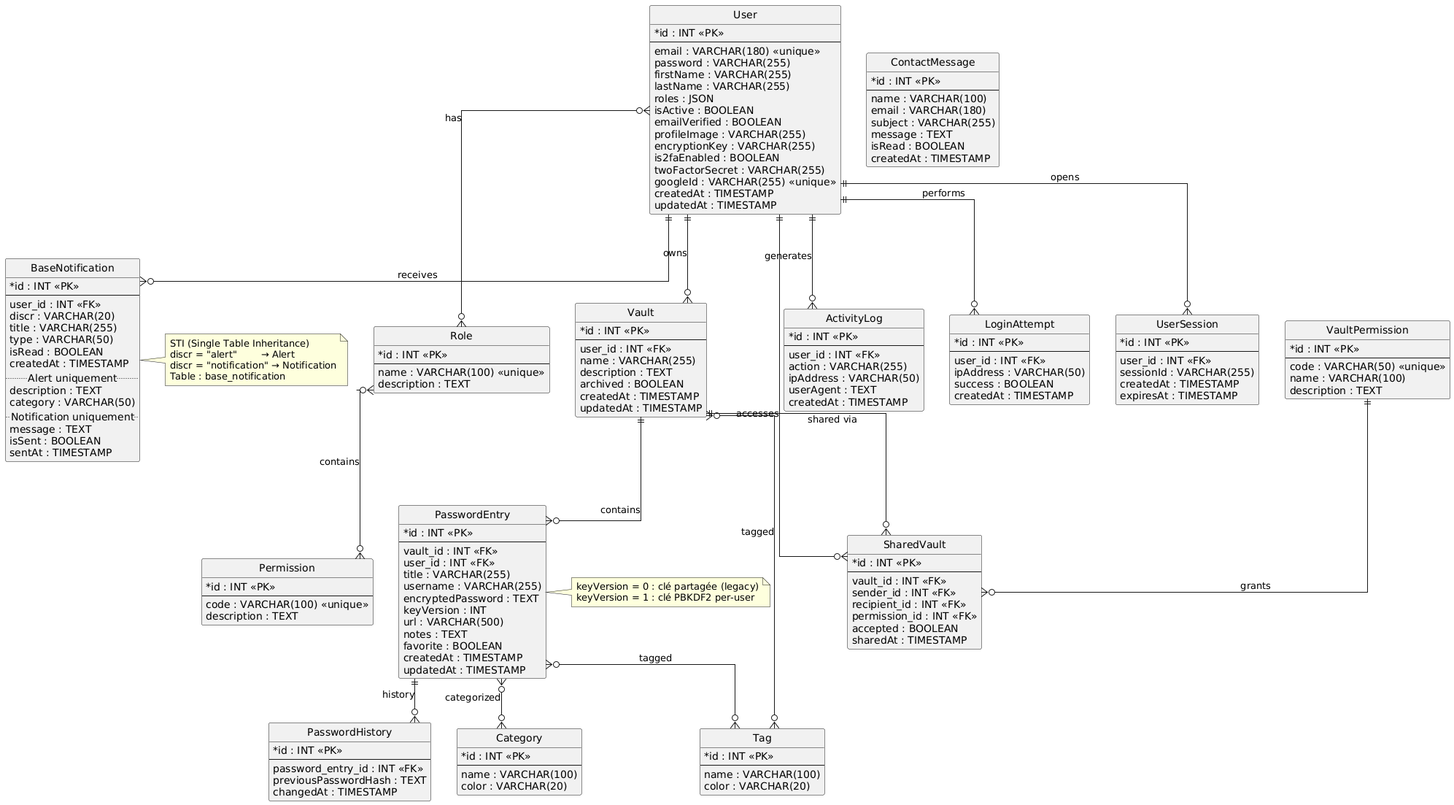
Before: docs/database-schema.png, a diagram exported from PlantUML (MathurinChrist/SecureVault). The source it was exported from:
```plantuml
@startuml
hide circle
skinparam linetype ortho
skinparam classAttributeIconSize 0
skinparam shadowing false


entity User {
    * id : INT <<PK>>
    --
    email : VARCHAR(180) <<unique>>
    password : VARCHAR(255)
    firstName : VARCHAR(255)
    lastName : VARCHAR(255)
    roles : JSON
    isActive : BOOLEAN
    emailVerified : BOOLEAN
    profileImage : VARCHAR(255)
    encryptionKey : VARCHAR(255)
    is2faEnabled : BOOLEAN
    twoFactorSecret : VARCHAR(255)
    googleId : VARCHAR(255) <<unique>>
    createdAt : TIMESTAMP
    updatedAt : TIMESTAMP
}

entity Role {
    * id : INT <<PK>>
    --
    name : VARCHAR(100) <<unique>>
    description : TEXT
}

entity Permission {
    * id : INT <<PK>>
    --
    code : VARCHAR(100) <<unique>>
    description : TEXT
}

entity Vault {
    * id : INT <<PK>>
    --
    user_id : INT <<FK>>
    name : VARCHAR(255)
    description : TEXT
    archived : BOOLEAN
    createdAt : TIMESTAMP
    updatedAt : TIMESTAMP
}

entity VaultPermission {
    * id : INT <<PK>>
    --
    code : VARCHAR(50) <<unique>>
    name : VARCHAR(100)
    description : TEXT
}

entity SharedVault {
    * id : INT <<PK>>
    --
    vault_id : INT <<FK>>
    sender_id : INT <<FK>>
    recipient_id : INT <<FK>>
    permission_id : INT <<FK>>
    accepted : BOOLEAN
    sharedAt : TIMESTAMP
}

entity PasswordEntry {
    * id : INT <<PK>>
    --
    vault_id : INT <<FK>>
    user_id : INT <<FK>>
    title : VARCHAR(255)
    username : VARCHAR(255)
    encryptedPassword : TEXT
    keyVersion : INT
    url : VARCHAR(500)
    notes : TEXT
    favorite : BOOLEAN
    createdAt : TIMESTAMP
    updatedAt : TIMESTAMP
}

note right of PasswordEntry
  keyVersion = 0 : clé partagée (legacy)
  keyVersion = 1 : clé PBKDF2 per-user
end note

entity PasswordHistory {
    * id : INT <<PK>>
    --
    password_entry_id : INT <<FK>>
    previousPasswordHash : TEXT
    changedAt : TIMESTAMP
}

entity Category {
    * id : INT <<PK>>
    --
    name : VARCHAR(100)
    color : VARCHAR(20)
}

entity Tag {
    * id : INT <<PK>>
    --
    name : VARCHAR(100)
    color : VARCHAR(20)
}


entity BaseNotification {
    * id : INT <<PK>>
    --
    user_id : INT <<FK>>
    discr : VARCHAR(20)
    title : VARCHAR(255)
    type : VARCHAR(50)
    isRead : BOOLEAN
    createdAt : TIMESTAMP
    .. Alert uniquement ..
    description : TEXT
    category : VARCHAR(50)
    .. Notification uniquement ..
    message : TEXT
    isSent : BOOLEAN
    sentAt : TIMESTAMP
}

note right of BaseNotification
  STI (Single Table Inheritance)
  discr = "alert"        → Alert
  discr = "notification" → Notification
  Table : base_notification
end note


entity ContactMessage {
    * id : INT <<PK>>
    --
    name : VARCHAR(100)
    email : VARCHAR(180)
    subject : VARCHAR(255)
    message : TEXT
    isRead : BOOLEAN
    createdAt : TIMESTAMP
}

entity ActivityLog {
    * id : INT <<PK>>
    --
    user_id : INT <<FK>>
    action : VARCHAR(255)
    ipAddress : VARCHAR(50)
    userAgent : TEXT
    createdAt : TIMESTAMP
}

entity LoginAttempt {
    * id : INT <<PK>>
    --
    user_id : INT <<FK>>
    ipAddress : VARCHAR(50)
    success : BOOLEAN
    createdAt : TIMESTAMP
}

entity UserSession {
    * id : INT <<PK>>
    --
    user_id : INT <<FK>>
    sessionId : VARCHAR(255)
    createdAt : TIMESTAMP
    expiresAt : TIMESTAMP
}


User }o--o{ Role : "has"
Role }o--o{ Permission : "contains"
PasswordEntry }o--o{ Category : "categorized"
PasswordEntry }o--o{ Tag : "tagged"
Vault }o--o{ Tag : "tagged"


User ||--o{ Vault : "owns"
User ||--o{ BaseNotification : "receives"
User ||--o{ ActivityLog : "generates"
User ||--o{ LoginAttempt : "performs"
User ||--o{ UserSession : "opens"

Vault ||--o{ PasswordEntry : "contains"
Vault ||--o{ SharedVault : "shared via"

VaultPermission ||--o{ SharedVault : "grants"
User ||--o{ SharedVault : "accesses"

PasswordEntry ||--o{ PasswordHistory : "history"
@enduml
```
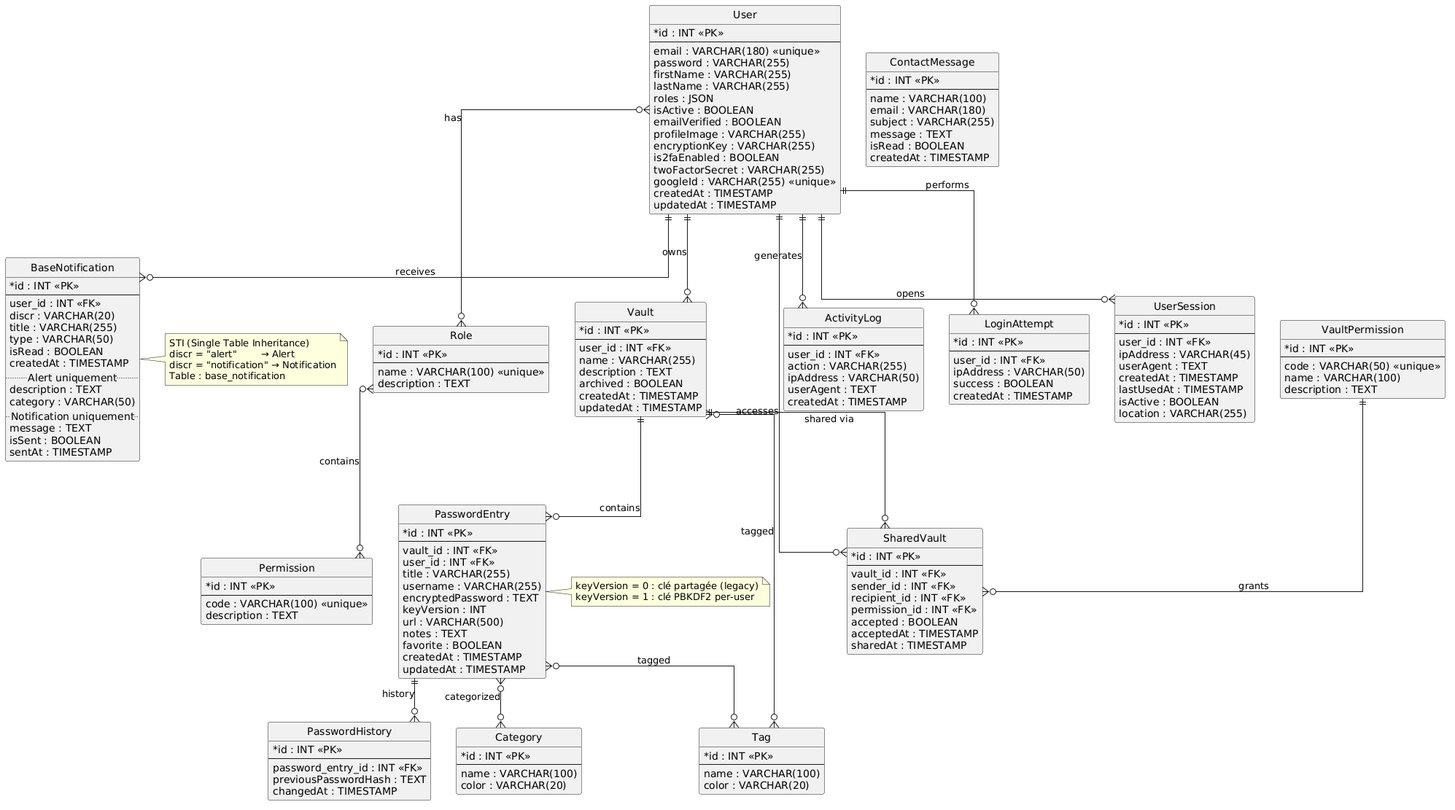
The same file after the commit.

Diff of the diagram source:
```diff
@@ -1,4 +1,5 @@
-@startuml
+@startuml SecureVault
+
 hide circle
 skinparam linetype ortho
 skinparam classAttributeIconSize 0
@@ -65,6 +66,7 @@
     recipient_id : INT <<FK>>
     permission_id : INT <<FK>>
     accepted : BOOLEAN
+    acceptedAt : TIMESTAMP
     sharedAt : TIMESTAMP
 }
 
@@ -172,9 +174,12 @@
     * id : INT <<PK>>
     --
     user_id : INT <<FK>>
-    sessionId : VARCHAR(255)
+    ipAddress : VARCHAR(45)
+    userAgent : TEXT
     createdAt : TIMESTAMP
-    expiresAt : TIMESTAMP
+    lastUsedAt : TIMESTAMP
+    isActive : BOOLEAN
+    location : VARCHAR(255)
 }
 
 
@@ -198,4 +203,5 @@
 User ||--o{ SharedVault : "accesses"
 
 PasswordEntry ||--o{ PasswordHistory : "history"
+
 @enduml
```
